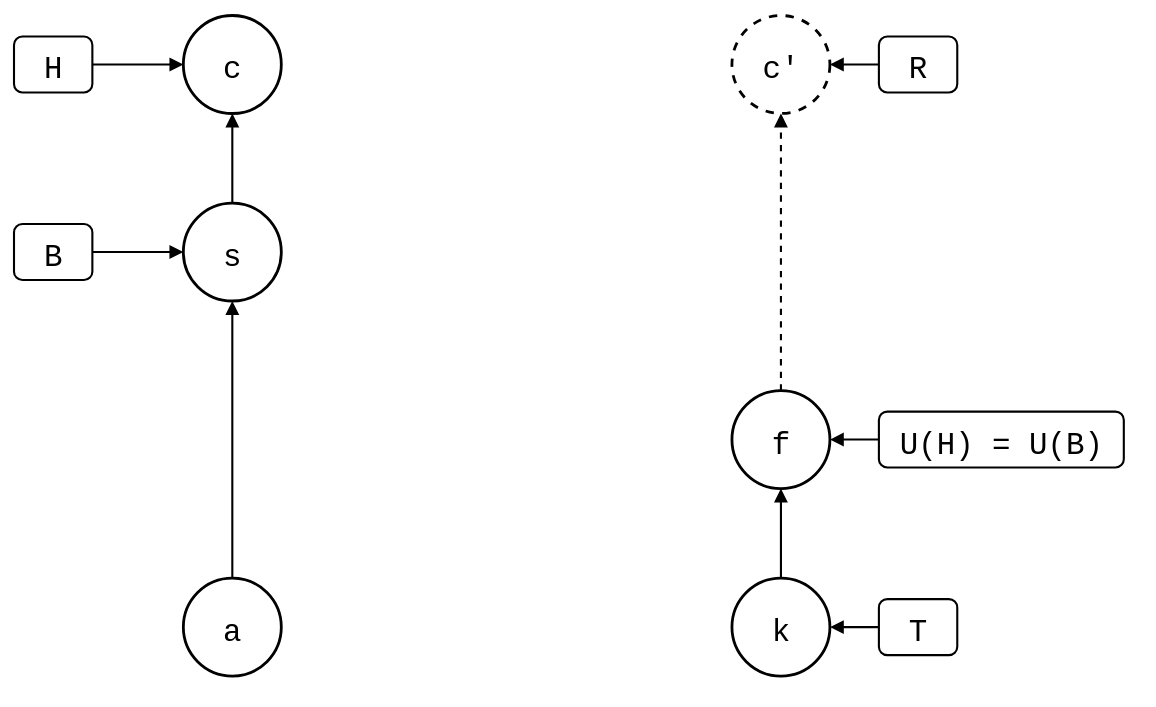
Above: test/scenarios/up-to-date/squash-merged-pull/squash-merged-pull.drawio.svg in roschaefer/git-splice (draw.io), before the change. Source tidied: cells renumbered, new cells last; positions are measured from the earlier drawing's top-left corner, leaving out a move shared by most shapes.
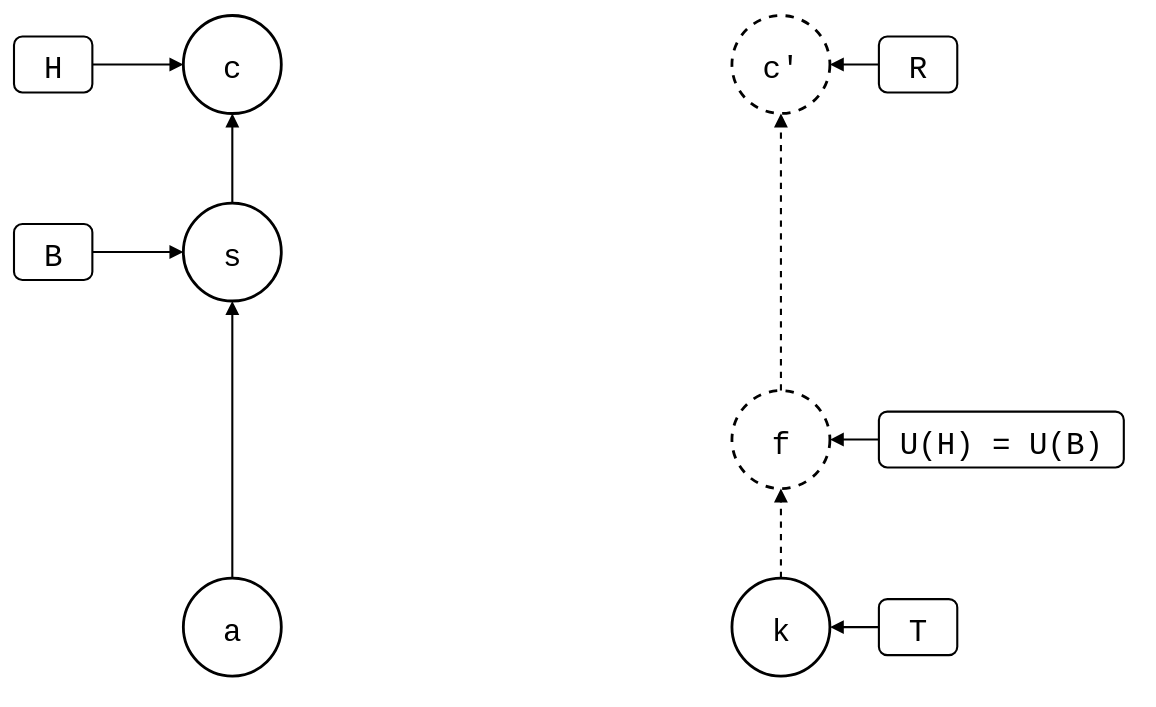
Above is the later version.

Change to the diagram source:
```diff
@@ -14,7 +14,7 @@
     <mxCell id="5" value="k" style="ellipse;strokeWidth=2;fontSize=22;fontFamily=Roboto Mono,monospace;" parent="1" vertex="1">
       <mxGeometry x="513" y="402" width="70" height="70" as="geometry" />
     </mxCell>
-    <mxCell id="6" value="f" style="ellipse;strokeWidth=2;fontSize=22;fontFamily=Roboto Mono,monospace;" parent="1" vertex="1">
+    <mxCell id="6" value="f" style="ellipse;strokeWidth=2;fontSize=22;fontFamily=Roboto Mono,monospace;dashed=1;" parent="1" vertex="1">
       <mxGeometry x="513" y="268" width="70" height="70" as="geometry" />
     </mxCell>
     <mxCell id="7" value="c'" style="ellipse;strokeWidth=2;fontSize=22;fontFamily=Roboto Mono,monospace;dashed=1;" parent="1" vertex="1">
@@ -56,7 +56,7 @@
     <mxCell id="19" style="endArrow=block;endFill=1;html=1;strokeWidth=1.5;rounded=0;" parent="1" edge="1" source="3" target="4">
       <mxGeometry relative="1" as="geometry" />
     </mxCell>
-    <mxCell id="20" style="endArrow=block;endFill=1;html=1;strokeWidth=1.5;rounded=0;" parent="1" edge="1" source="5" target="6">
+    <mxCell id="20" style="endArrow=block;endFill=1;html=1;strokeWidth=1.5;rounded=0;dashed=1;" parent="1" edge="1" source="5" target="6">
       <mxGeometry relative="1" as="geometry" />
     </mxCell>
     <mxCell id="21" style="endArrow=block;endFill=1;html=1;strokeWidth=1.5;rounded=0;dashed=1;" parent="1" edge="1" source="6" target="7">
```
